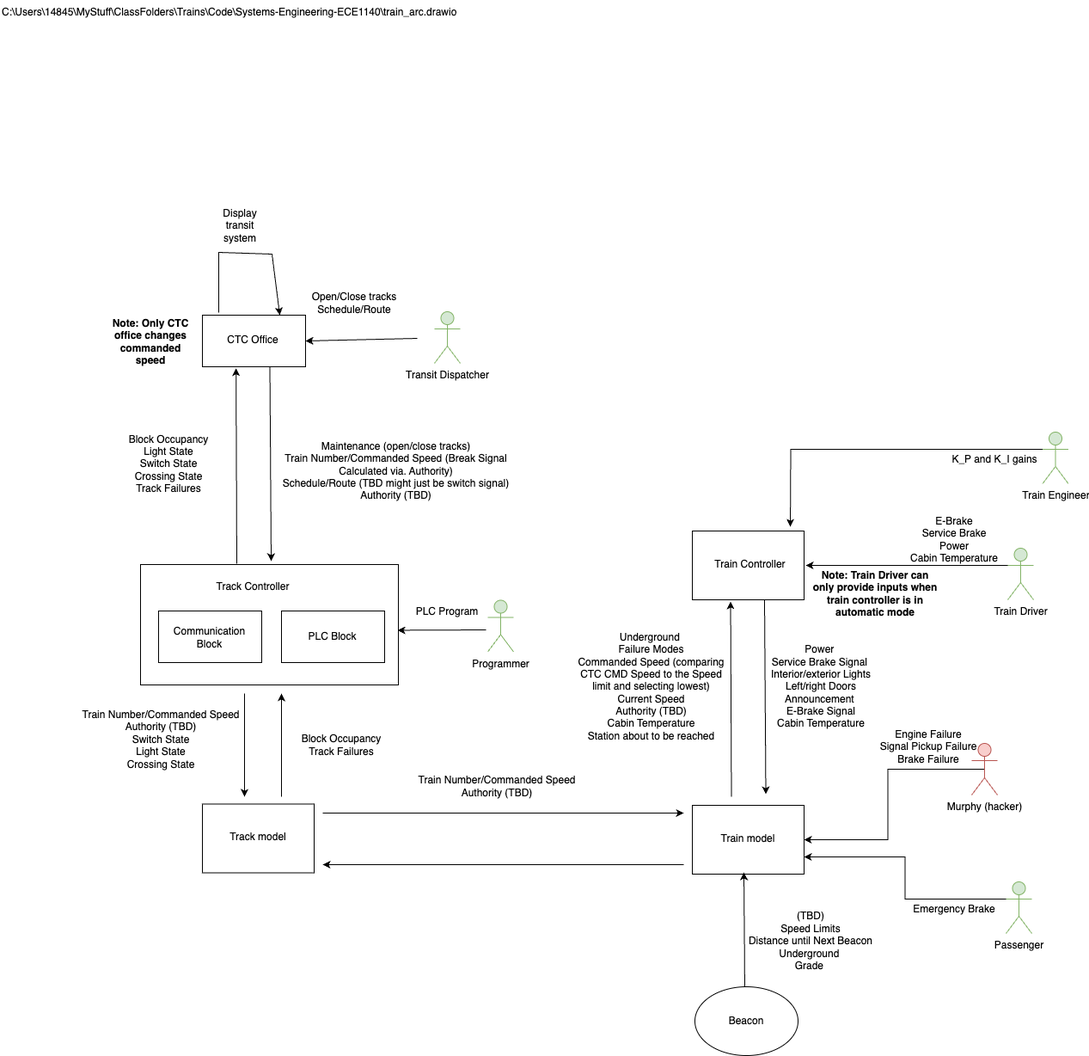
Above: Architecture_Group3.png in lao57/Systems-Engineering-ECE1140 (draw.io), before the change. Source tidied: cells renumbered, new cells last; positions are measured from the earlier drawing's top-left corner, leaving out a move shared by most shapes.
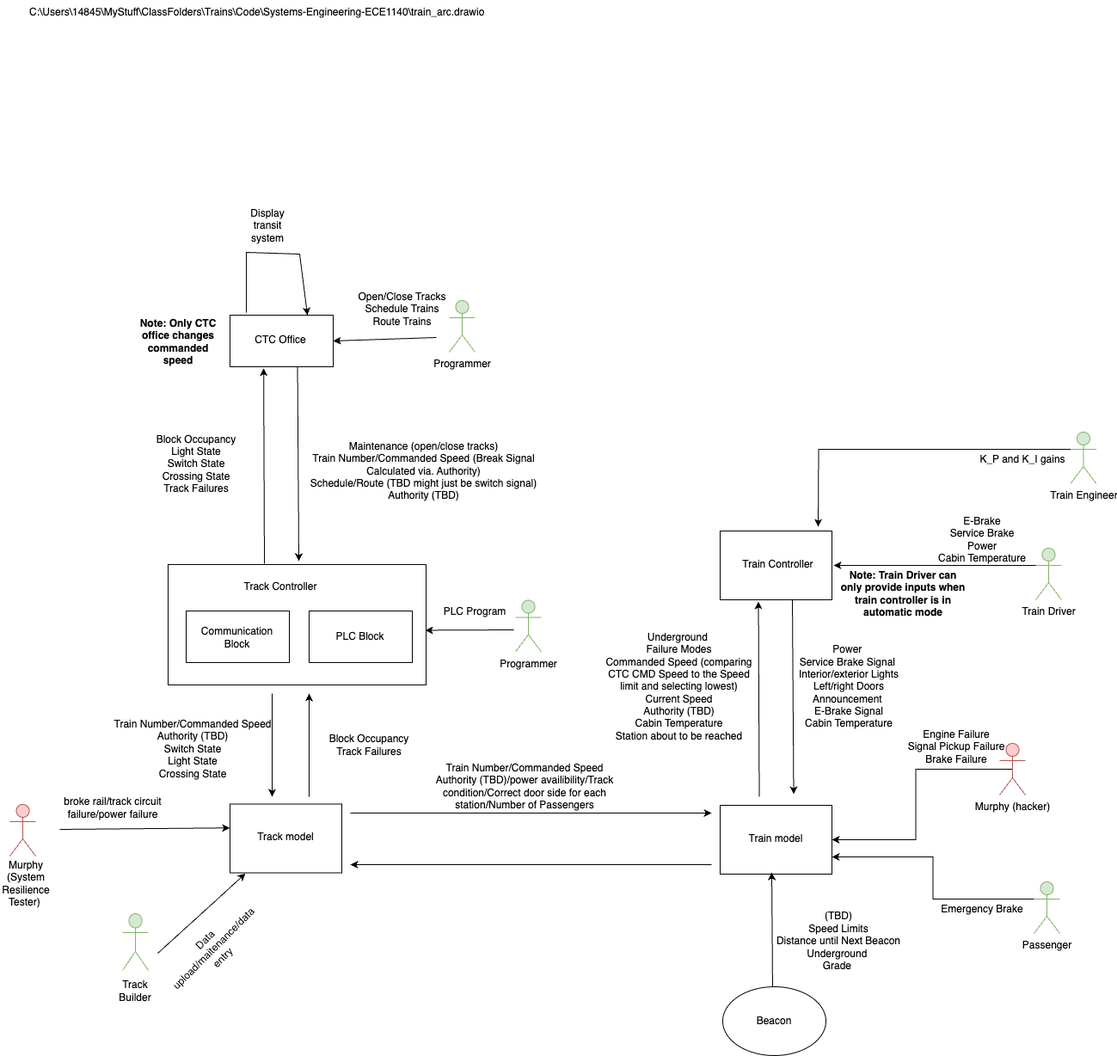
The same file after the commit.

What changed in the source:
```diff
@@ -82,7 +82,7 @@
         <mxPoint x="284" y="926" as="targetPoint" />
       </mxGeometry>
     </mxCell>
-    <mxCell id="23" value="&lt;div&gt;Train Number/Commanded Speed&lt;/div&gt;&lt;div&gt;Authority (TBD)&lt;/div&gt;" style="text;html=1;align=center;verticalAlign=middle;whiteSpace=wrap;rounded=0;" parent="1" vertex="1">
+    <mxCell id="23" value="&lt;div&gt;Train Number/Commanded Speed&lt;/div&gt;&lt;div&gt;Authority (TBD)/power availibility/Track condition/Correct door side for each station/Number of Passengers&lt;/div&gt;" style="text;html=1;align=center;verticalAlign=middle;whiteSpace=wrap;rounded=0;" parent="1" vertex="1">
       <mxGeometry x="469" y="855" width="218" height="117" as="geometry" />
     </mxCell>
     <mxCell id="24" value="&lt;div&gt;(TBD)&lt;/div&gt;Speed Limits&lt;div&gt;Distance until Next Beacon&lt;/div&gt;&lt;div&gt;Underground&amp;nbsp;&lt;/div&gt;&lt;div&gt;Grade&amp;nbsp;&lt;/div&gt;&lt;div&gt;&lt;br&gt;&lt;/div&gt;" style="text;html=1;align=center;verticalAlign=middle;whiteSpace=wrap;rounded=0;" parent="1" vertex="1">
@@ -122,7 +122,7 @@
       <mxGeometry x="331" y="790" width="132" height="137" as="geometry" />
     </mxCell>
     <mxCell id="34" value="Train Number/Commanded Speed&#10;Authority (TBD)&#10;Switch State&#10;Light State&#10;Crossing State&#10;" style="text;whiteSpace=wrap;align=center;" parent="1" vertex="1">
-      <mxGeometry x="80" y="817" width="214" height="132" as="geometry" />
+      <mxGeometry x="85" y="828" width="214" height="132" as="geometry" />
     </mxCell>
     <mxCell id="35" style="endArrow=classic;html=1;rounded=0;" parent="1" edge="1">
       <mxGeometry relative="1" as="geometry">
@@ -196,16 +196,47 @@
     <mxCell id="53" value="Display transit system" style="text;html=1;align=center;verticalAlign=middle;whiteSpace=wrap;rounded=0;" parent="1" vertex="1">
       <mxGeometry x="249" y="247" width="60" height="30" as="geometry" />
     </mxCell>
-    <mxCell id="54" value="Transit Dispatcher&lt;div&gt;&lt;br&gt;&lt;/div&gt;" style="shape=umlActor;verticalLabelPosition=bottom;verticalAlign=top;html=1;fillColor=#d5e8d4;strokeColor=#82b366;" parent="1" vertex="1">
-      <mxGeometry x="505" y="362" width="30" height="60" as="geometry" />
-    </mxCell>
-    <mxCell id="55" style="endArrow=classic;html=1;rounded=0;entryX=1;entryY=0.5;entryDx=0;entryDy=0;" parent="1" edge="1" target="5">
-      <mxGeometry relative="1" as="geometry">
-        <mxPoint x="485" y="393" as="sourcePoint" />
-      </mxGeometry>
-    </mxCell>
-    <mxCell id="56" value="Open/Close tracks&lt;div&gt;Schedule/Route&lt;/div&gt;" style="text;html=1;align=center;verticalAlign=middle;whiteSpace=wrap;rounded=0;" parent="1" vertex="1">
-      <mxGeometry x="353" y="337" width="118" height="30" as="geometry" />
-    </mxCell>
+    <mxCell id="57" style="endArrow=classic;html=1;rounded=0;entryX=0.7;entryY=1.017;entryDx=0;entryDy=0;entryPerimeter=0;" parent="1" edge="1" target="34">
+      <mxGeometry relative="1" as="geometry">
+        <mxPoint x="37" y="964" as="sourcePoint" />
+      </mxGeometry>
+    </mxCell>
+    <mxCell id="58" value="Actor" style="shape=umlActor;verticalLabelPosition=bottom;verticalAlign=top;html=1;textShadow=0;noLabel=1;fillColor=#f8cecc;strokeColor=#b85450;" parent="1" vertex="1">
+      <mxGeometry x="-21" y="935" width="30" height="60" as="geometry" />
+    </mxCell>
+    <mxCell id="59" value="Murphy (System Resilience Tester)&lt;span style=&quot;background-color: transparent; color: light-dark(rgb(0, 0, 0), rgb(255, 255, 255));&quot;&gt;&amp;nbsp;&lt;/span&gt;" style="text;html=1;align=center;verticalAlign=middle;whiteSpace=wrap;rounded=0;" parent="1" vertex="1">
+      <mxGeometry x="-32" y="1012" width="60" height="30" as="geometry" />
+    </mxCell>
+    <mxCell id="60" value="Programmer" style="shape=umlActor;verticalLabelPosition=bottom;verticalAlign=top;html=1;fillColor=#d5e8d4;strokeColor=#82b366;fontColor=none;noLabel=1;" parent="1" vertex="1">
+      <mxGeometry x="110" y="1062" width="30" height="66" as="geometry" />
+    </mxCell>
+    <mxCell id="61" value="Track Builder" style="text;html=1;align=center;verticalAlign=middle;whiteSpace=wrap;rounded=0;" parent="1" vertex="1">
+      <mxGeometry x="95" y="1137" width="60" height="30" as="geometry" />
+    </mxCell>
+    <mxCell id="62" style="endArrow=classic;html=1;rounded=0;entryX=0.138;entryY=1.009;entryDx=0;entryDy=0;entryPerimeter=0;" parent="1" edge="1" target="19">
+      <mxGeometry relative="1" as="geometry">
+        <mxPoint x="151" y="1108" as="sourcePoint" />
+        <Array as="points">
+          <mxPoint x="215" y="1050" />
+        </Array>
+      </mxGeometry>
+    </mxCell>
+    <mxCell id="63" value="broke rail/track circuit failure/power failure" style="text;html=1;align=center;verticalAlign=middle;whiteSpace=wrap;rounded=0;" parent="1" vertex="1">
+      <mxGeometry x="35" y="924" width="128" height="30" as="geometry" />
+    </mxCell>
+    <mxCell id="64" value="Data upload/maitenance/data entry" style="text;html=1;align=center;verticalAlign=middle;whiteSpace=wrap;rounded=0;rotation=-45;" parent="1" vertex="1">
+      <mxGeometry x="167.6" y="1088.4" width="98" height="30" as="geometry" />
+    </mxCell>
+    <mxCell id="65" value="Programmer" style="shape=umlActor;verticalLabelPosition=bottom;verticalAlign=top;html=1;fillColor=#d5e8d4;strokeColor=#82b366;" parent="1" vertex="1">
+      <mxGeometry x="490" y="349" width="30" height="60" as="geometry" />
+    </mxCell>
+    <mxCell id="66" style="endArrow=classic;html=1;rounded=0;entryX=1;entryY=0.5;entryDx=0;entryDy=0;" parent="1" edge="1" target="5">
+      <mxGeometry relative="1" as="geometry">
+        <mxPoint x="475" y="392" as="sourcePoint" />
+      </mxGeometry>
+    </mxCell>
+    <mxCell id="67" value="Open/Close Tracks&lt;div&gt;Schedule Trains&lt;/div&gt;&lt;div&gt;Route Trains&lt;/div&gt;" style="text;html=1;align=center;verticalAlign=middle;whiteSpace=wrap;rounded=0;" parent="1" vertex="1">
+      <mxGeometry x="381" y="344" width="109" height="30" as="geometry" />
+    </mxCell>
   </root>
 </mxGraphModel>
```
